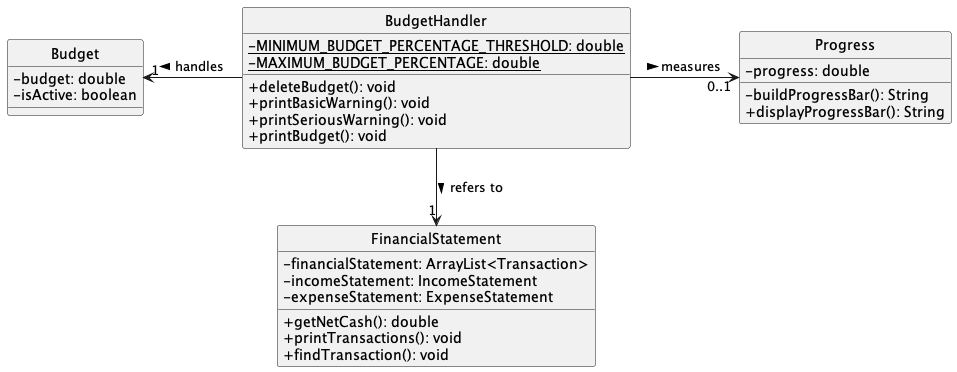
The PlantUML diagram docs/images/budgetHandler_classDiagram.png in nus-cs2113-AY2324S1/tp, before a commit.
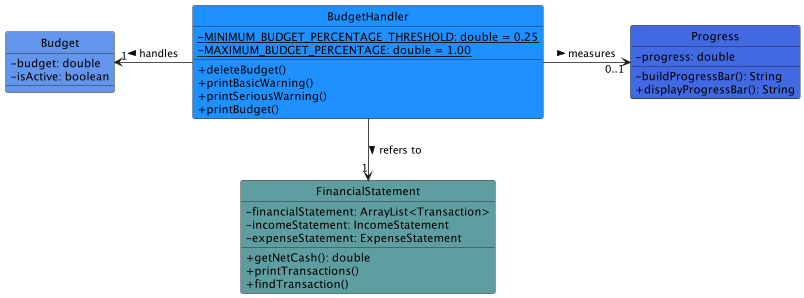
After the change.

Commit message:
Update BudgetHandler classDiagram and add coloring

What changed in the source:
```diff
@@ -3,40 +3,36 @@
 skinparam Style strictuml
 skinparam classAttributeIconSize 0
 
-class           BudgetHandler
-class           Budget
-class           Progress
-class           FinancialStatement
 BudgetHandler -l-> "1" Budget : handles >
 BudgetHandler -r-> "0..1" Progress : measures >
 BudgetHandler --> "1" FinancialStatement : refers to >
 
-class BudgetHandler {
-    -{static} MINIMUM_BUDGET_PERCENTAGE_THRESHOLD: double
-    -{static} MAXIMUM_BUDGET_PERCENTAGE: double
-    +deleteBudget(): void
-    +printBasicWarning(): void
-    +printSeriousWarning(): void
-    +printBudget(): void
+class BudgetHandler #1e90ff {
+    -{static} MINIMUM_BUDGET_PERCENTAGE_THRESHOLD: double = 0.25
+    -{static} MAXIMUM_BUDGET_PERCENTAGE: double = 1.00
+    +deleteBudget()
+    +printBasicWarning()
+    +printSeriousWarning()
+    +printBudget()
 }
 
-class Budget {
+class Budget #6495ed {
     -budget: double
     -isActive: boolean
 }
 
-class Progress {
+class Progress #4169e1 {
     -progress: double
     -buildProgressBar(): String
     +displayProgressBar(): String
 }
 
-class FinancialStatement {
+class FinancialStatement #5f9ea0 {
     -financialStatement: ArrayList<Transaction>
     -incomeStatement: IncomeStatement
     -expenseStatement: ExpenseStatement
     +getNetCash(): double
-    +printTransactions(): void
-    +findTransaction(): void
+    +printTransactions()
+    +findTransaction()
 }
 @enduml
```
